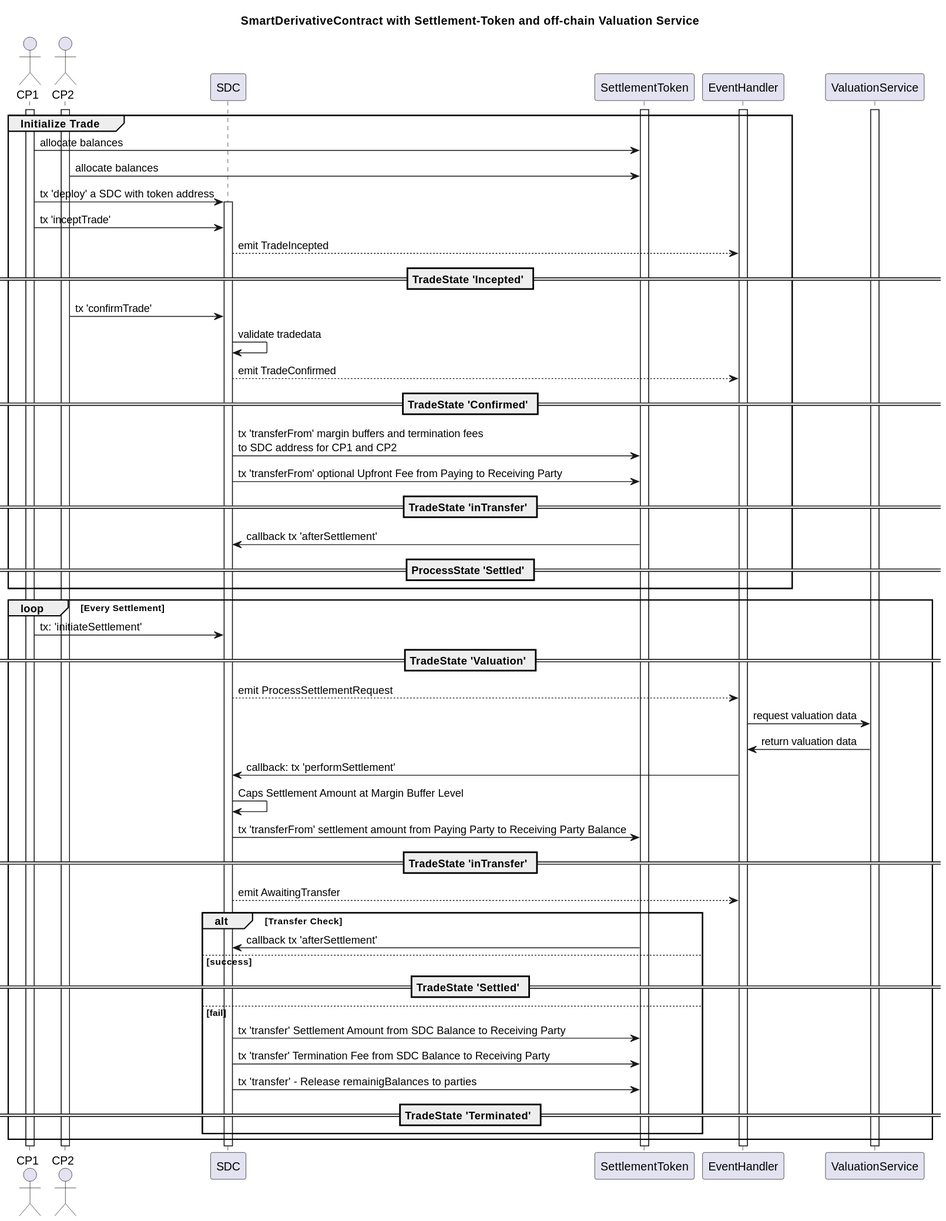
Before: assets/erc-6123/doc/sequence.svg, a diagram exported from PlantUML (ethereum/ERCs).
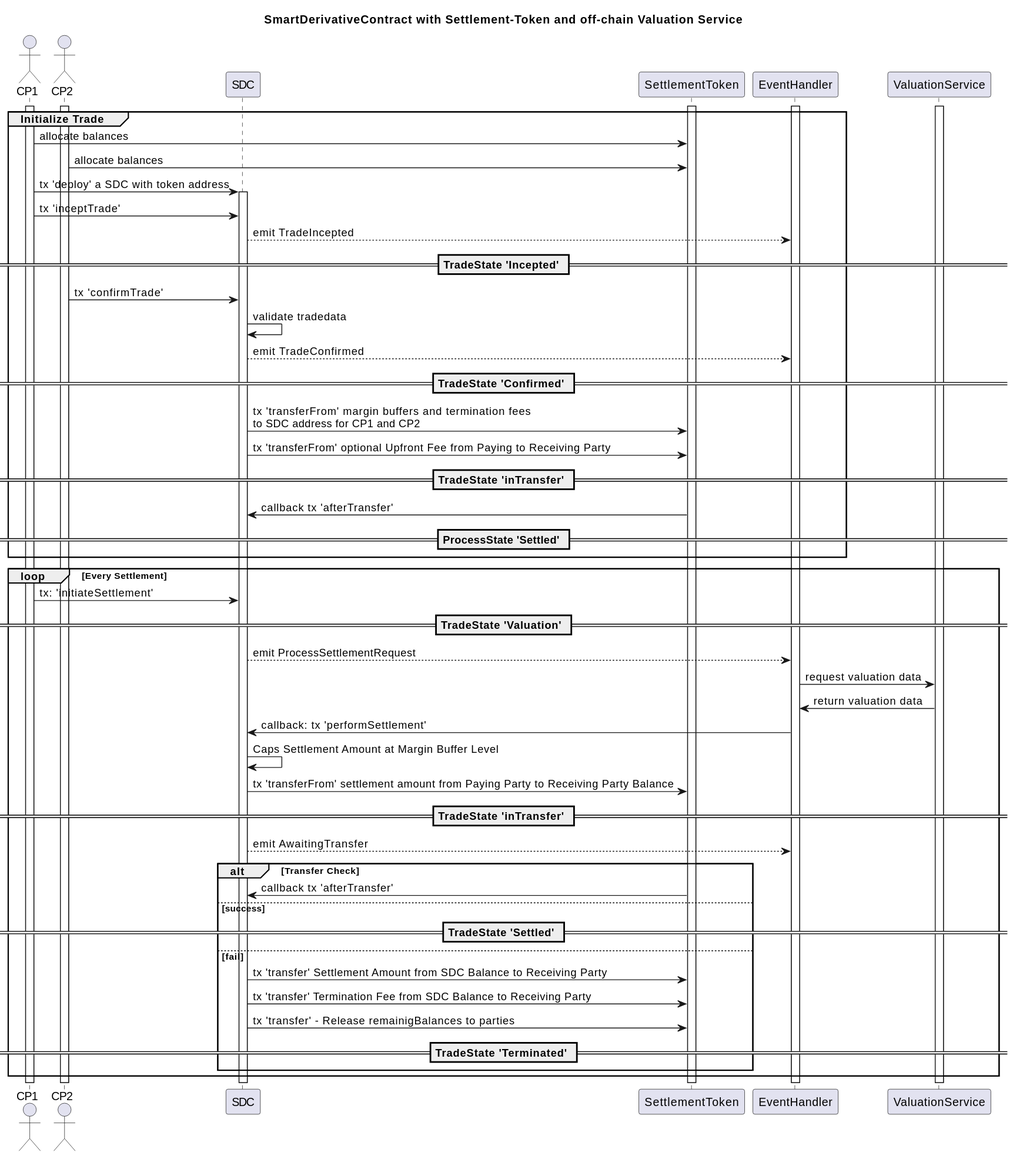
Above is the later version.

Commit message:
Fixed wrong name of afterTransfer method.

Change to the diagram source:
```diff
@@ -40,7 +40,7 @@
 SDC ->SettlementToken: tx 'transferFrom' margin buffers and termination fees\nto SDC address for CP1 and CP2
 SDC->SettlementToken: tx 'transferFrom' optional Upfront Fee from Paying to Receiving Party
 ==  TradeState 'inTransfer' ==
-SettlementToken->SDC: callback tx 'afterSettlement'
+SettlementToken->SDC: callback tx 'afterTransfer'
 ==ProcessState 'Settled' ==
 
 end
@@ -62,7 +62,7 @@
 SDC-->EventHandler: emit AwaitingTransfer
 
 alt Transfer Check
-	SettlementToken->SDC: callback tx 'afterSettlement'
+	SettlementToken->SDC: callback tx 'afterTransfer'
 else success
 == TradeState 'Settled' ==
 else fail
```
